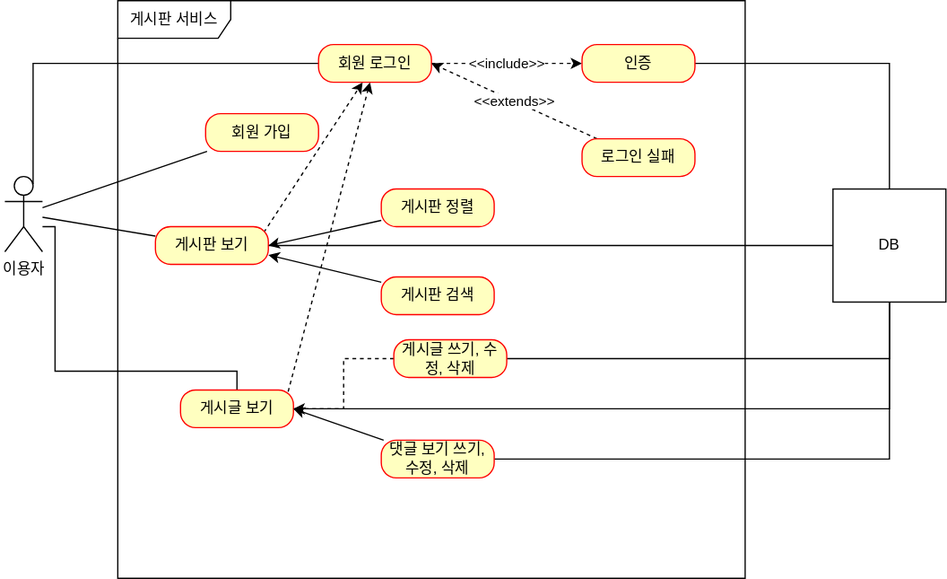
imsadboy2/fastcampus-project-board keeps this draw.io diagram as document/use-case.svg. Above is the earlier version. Source tidied: cells renumbered, new cells last; positions are measured from the earlier drawing's top-left corner, leaving out a move shared by most shapes.
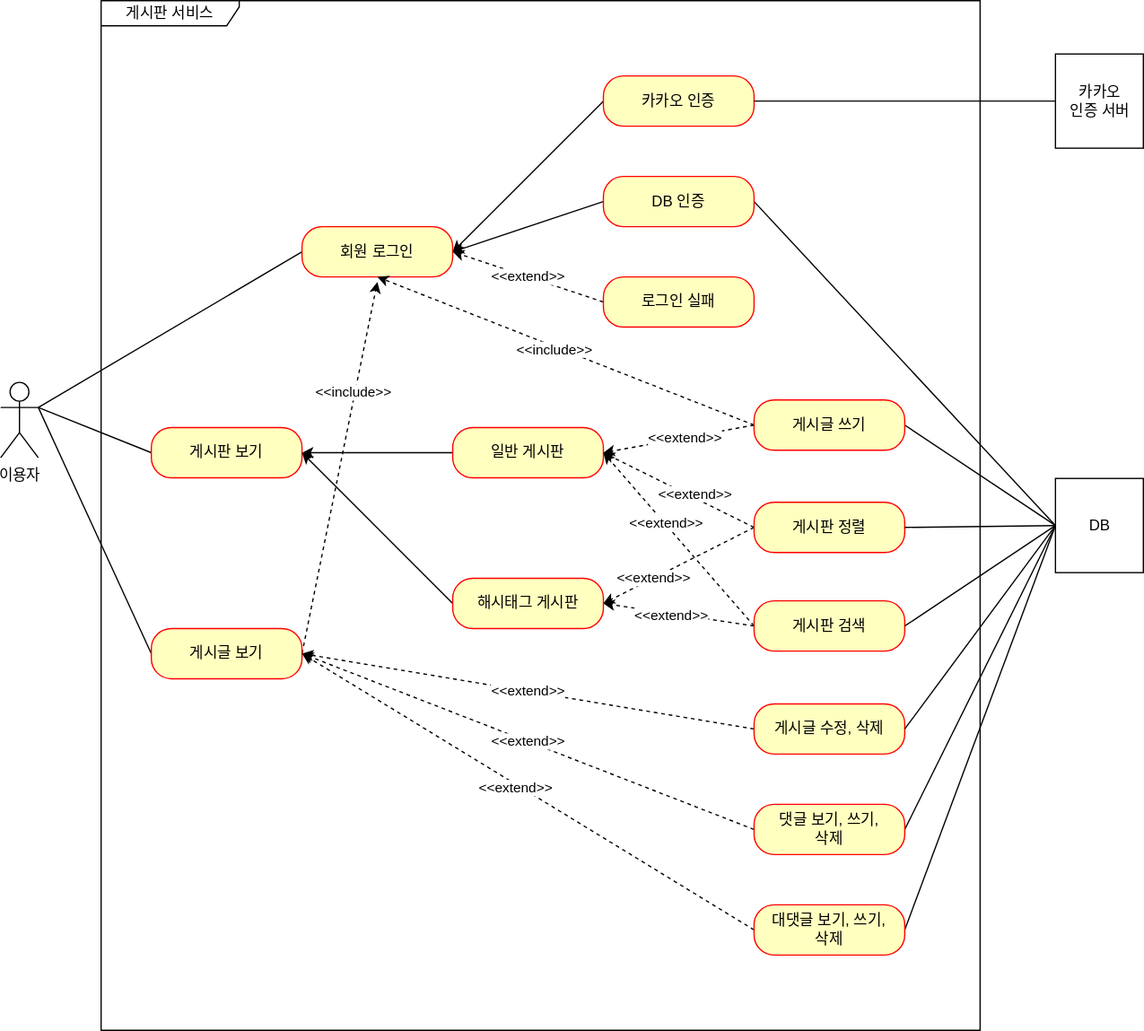
The same diagram one commit later.

Commit message:
#58 - use-case 카카오인증 유즈케이스 추가

Diff of the diagram source:
```diff
@@ -2,100 +2,177 @@
   <root>
     <mxCell id="0" />
     <mxCell id="1" parent="0" />
-    <mxCell id="2" style="rounded=0;jettySize=auto;html=1;endArrow=none;endFill=0;" parent="1" edge="1" source="4" target="6">
-      <mxGeometry relative="1" as="geometry" />
-    </mxCell>
-    <mxCell id="3" style="rounded=0;jettySize=auto;html=1;endArrow=none;endFill=0;startArrow=none;startFill=0;" parent="1" edge="1" source="4" target="9">
-      <mxGeometry relative="1" as="geometry" />
-    </mxCell>
     <mxCell id="4" value="이용자" style="shape=umlActor;verticalLabelPosition=bottom;verticalAlign=top;html=1;" parent="1" vertex="1">
-      <mxGeometry y="140" width="30" height="60" as="geometry" />
+      <mxGeometry x="830" y="374" width="30" height="60" as="geometry" />
     </mxCell>
-    <mxCell id="5" value="게시판 서비스&lt;br&gt;" style="shape=umlFrame;whiteSpace=wrap;html=1;width=90;height=30;" parent="1" vertex="1">
-      <mxGeometry x="90" width="500" height="460" as="geometry" />
+    <mxCell id="5" value="게시판 서비스" style="shape=umlFrame;whiteSpace=wrap;html=1;width=110;height=20;" parent="1" vertex="1">
+      <mxGeometry x="910" y="70" width="700" height="820" as="geometry" />
     </mxCell>
-    <mxCell id="6" value="회원 가입" style="rounded=1;whiteSpace=wrap;html=1;arcSize=40;fontColor=#000000;fillColor=#ffffc0;strokeColor=#ff0000;" parent="1" vertex="1">
-      <mxGeometry x="160" y="90" width="90" height="30" as="geometry" />
-    </mxCell>
-    <mxCell id="7" style="rounded=0;jettySize=auto;html=1;exitX=0.96;exitY=0.15;exitDx=0;exitDy=0;exitPerimeter=0;dashed=1;" parent="1" edge="1" source="9" target="16">
-      <mxGeometry relative="1" as="geometry" />
-    </mxCell>
-    <mxCell id="8" style="edgeStyle=orthogonalEdgeStyle;rounded=0;jettySize=auto;html=1;endArrow=none;endFill=0;" parent="1" edge="1" source="9" target="31">
-      <mxGeometry relative="1" as="geometry" />
-    </mxCell>
+    <mxCell id="32" style="rounded=0;jettySize=auto;html=1;exitX=0;exitY=0.5;exitDx=0;exitDy=0;entryX=1;entryY=0.5;entryDx=0;entryDy=0;" parent="1" edge="1" source="33" target="9">
+      <mxGeometry relative="1" as="geometry" />
+    </mxCell>
+    <mxCell id="33" value="일반 게시판" style="rounded=1;whiteSpace=wrap;html=1;arcSize=40;fontColor=#000000;fillColor=#ffffc0;strokeColor=#ff0000;" parent="1" vertex="1">
+      <mxGeometry x="1190" y="410" width="120" height="40" as="geometry" />
+    </mxCell>
+    <mxCell id="34" style="edgeStyle=none;rounded=0;jettySize=auto;html=1;exitX=0;exitY=0.5;exitDx=0;exitDy=0;entryX=1;entryY=0.3333333333333333;entryDx=0;entryDy=0;entryPerimeter=0;endArrow=none;endFill=0;" parent="1" edge="1" source="9" target="4">
+      <mxGeometry relative="1" as="geometry" />
+    </mxCell>
     <mxCell id="9" value="게시판 보기" style="rounded=1;whiteSpace=wrap;html=1;arcSize=40;fontColor=#000000;fillColor=#ffffc0;strokeColor=#ff0000;" parent="1" vertex="1">
-      <mxGeometry x="120" y="180" width="90" height="30" as="geometry" />
+      <mxGeometry x="950" y="410" width="120" height="40" as="geometry" />
     </mxCell>
-    <mxCell id="10" style="edgeStyle=orthogonalEdgeStyle;rounded=0;jettySize=auto;html=1;endArrow=none;endFill=0;" parent="1" edge="1" source="13" target="4">
-      <mxGeometry relative="1" as="geometry">
-        <Array as="points">
-          <mxPoint x="40" y="295" />
-          <mxPoint x="40" y="180" />
-        </Array>
-      </mxGeometry>
-    </mxCell>
-    <mxCell id="11" style="rounded=0;jettySize=auto;html=1;exitX=0.953;exitY=0.046;exitDx=0;exitDy=0;exitPerimeter=0;dashed=1;" parent="1" edge="1" source="13" target="16">
-      <mxGeometry relative="1" as="geometry" />
-    </mxCell>
-    <mxCell id="12" style="edgeStyle=orthogonalEdgeStyle;rounded=0;jettySize=auto;html=1;entryX=0.5;entryY=1;entryDx=0;entryDy=0;endArrow=none;endFill=0;" parent="1" edge="1" source="13" target="31">
-      <mxGeometry relative="1" as="geometry" />
-    </mxCell>
+    <mxCell id="35" style="edgeStyle=none;rounded=0;jettySize=auto;html=1;exitX=0;exitY=0.5;exitDx=0;exitDy=0;endArrow=none;endFill=0;" parent="1" edge="1" source="13">
+      <mxGeometry relative="1" as="geometry">
+        <mxPoint x="860" y="394" as="targetPoint" />
+      </mxGeometry>
+    </mxCell>
+    <mxCell id="36" style="edgeStyle=none;rounded=0;jettySize=auto;html=1;exitX=1;exitY=0.5;exitDx=0;exitDy=0;dashed=1;endArrow=classic;endFill=1;" parent="1" edge="1" source="13">
+      <mxGeometry relative="1" as="geometry">
+        <mxPoint x="1130" y="294" as="targetPoint" />
+      </mxGeometry>
+    </mxCell>
+    <mxCell id="37" value="&amp;lt;&amp;lt;include&amp;gt;&amp;gt;" style="edgeLabel;html=1;align=center;verticalAlign=middle;" parent="36" vertex="1">
+      <mxGeometry x="0.41" y="2" relative="1" as="geometry" />
+    </mxCell>
     <mxCell id="13" value="게시글 보기" style="rounded=1;whiteSpace=wrap;html=1;arcSize=40;fontColor=#000000;fillColor=#ffffc0;strokeColor=#ff0000;" parent="1" vertex="1">
-      <mxGeometry x="140" y="310" width="90" height="30" as="geometry" />
+      <mxGeometry x="950" y="570" width="120" height="40" as="geometry" />
     </mxCell>
-    <mxCell id="14" style="edgeStyle=orthogonalEdgeStyle;rounded=0;jettySize=auto;html=1;entryX=0.75;entryY=0.1;entryDx=0;entryDy=0;entryPerimeter=0;endArrow=none;endFill=0;" parent="1" edge="1" source="16" target="4">
-      <mxGeometry relative="1" as="geometry" />
-    </mxCell>
-    <mxCell id="15" value="&amp;lt;&amp;lt;include&amp;gt;&amp;gt;" style="edgeStyle=orthogonalEdgeStyle;rounded=0;jettySize=auto;html=1;dashed=1;" parent="1" edge="1" source="16" target="18">
-      <mxGeometry relative="1" as="geometry" />
-    </mxCell>
+    <mxCell id="38" style="edgeStyle=none;rounded=0;jettySize=auto;html=1;exitX=0;exitY=0.5;exitDx=0;exitDy=0;endArrow=none;endFill=0;" parent="1" edge="1" source="16">
+      <mxGeometry relative="1" as="geometry">
+        <mxPoint x="860" y="394" as="targetPoint" />
+      </mxGeometry>
+    </mxCell>
     <mxCell id="16" value="회원 로그인" style="rounded=1;whiteSpace=wrap;html=1;arcSize=40;fontColor=#000000;fillColor=#ffffc0;strokeColor=#ff0000;" parent="1" vertex="1">
-      <mxGeometry x="250" y="35" width="90" height="30" as="geometry" />
+      <mxGeometry x="1070" y="250" width="120" height="40" as="geometry" />
     </mxCell>
-    <mxCell id="17" style="edgeStyle=orthogonalEdgeStyle;rounded=0;jettySize=auto;html=1;endArrow=none;endFill=0;" parent="1" edge="1" source="18" target="31">
-      <mxGeometry relative="1" as="geometry" />
-    </mxCell>
-    <mxCell id="18" value="인증" style="rounded=1;whiteSpace=wrap;html=1;arcSize=40;fontColor=#000000;fillColor=#ffffc0;strokeColor=#ff0000;" parent="1" vertex="1">
-      <mxGeometry x="460" y="35" width="90" height="30" as="geometry" />
-    </mxCell>
+    <mxCell id="39" style="edgeStyle=none;rounded=0;jettySize=auto;html=1;exitX=1;exitY=0.5;exitDx=0;exitDy=0;entryX=0;entryY=0.5;entryDx=0;entryDy=0;endArrow=none;endFill=0;" parent="1" edge="1" source="41" target="31">
+      <mxGeometry relative="1" as="geometry" />
+    </mxCell>
+    <mxCell id="40" style="edgeStyle=none;rounded=0;jettySize=auto;html=1;exitX=0;exitY=0.5;exitDx=0;exitDy=0;entryX=1;entryY=0.5;entryDx=0;entryDy=0;endArrow=classic;endFill=1;" parent="1" edge="1" source="41" target="16">
+      <mxGeometry relative="1" as="geometry" />
+    </mxCell>
+    <mxCell id="41" value="DB 인증" style="rounded=1;whiteSpace=wrap;html=1;arcSize=40;fontColor=#000000;fillColor=#ffffc0;strokeColor=#ff0000;" parent="1" vertex="1">
+      <mxGeometry x="1310" y="210" width="120" height="40" as="geometry" />
+    </mxCell>
-    <mxCell id="19" value="&amp;lt;&amp;lt;extends&amp;gt;&amp;gt;" style="rounded=0;jettySize=auto;html=1;entryX=1;entryY=0.5;entryDx=0;entryDy=0;dashed=1;" parent="1" edge="1" source="20" target="16">
+    <mxCell id="19" value="&amp;lt;&amp;lt;extend&amp;gt;&amp;gt;" style="edgeStyle=none;rounded=0;jettySize=auto;html=1;exitX=0;exitY=0.5;exitDx=0;exitDy=0;entryX=1;entryY=0.5;entryDx=0;entryDy=0;endArrow=classic;endFill=1;dashed=1;" parent="1" edge="1" source="20" target="16">
       <mxGeometry relative="1" as="geometry" />
     </mxCell>
     <mxCell id="20" value="로그인 실패" style="rounded=1;whiteSpace=wrap;html=1;arcSize=40;fontColor=#000000;fillColor=#ffffc0;strokeColor=#ff0000;" parent="1" vertex="1">
-      <mxGeometry x="460" y="110" width="90" height="30" as="geometry" />
+      <mxGeometry x="1310" y="290" width="120" height="40" as="geometry" />
     </mxCell>
-    <mxCell id="21" style="rounded=0;jettySize=auto;html=1;entryX=1;entryY=0.5;entryDx=0;entryDy=0;" parent="1" edge="1" source="22" target="9">
-      <mxGeometry relative="1" as="geometry" />
-    </mxCell>
+    <mxCell id="42" style="edgeStyle=none;rounded=0;jettySize=auto;html=1;exitX=0;exitY=0.5;exitDx=0;exitDy=0;entryX=1;entryY=0.5;entryDx=0;entryDy=0;dashed=1;endArrow=classic;endFill=1;" parent="1" edge="1" source="22" target="33">
+      <mxGeometry relative="1" as="geometry" />
+    </mxCell>
+    <mxCell id="43" value="&amp;lt;&amp;lt;extend&amp;gt;&amp;gt;" style="edgeLabel;html=1;align=center;verticalAlign=middle;" parent="42" vertex="1">
+      <mxGeometry x="-0.18" y="-3" relative="1" as="geometry" />
+    </mxCell>
+    <mxCell id="44" style="edgeStyle=none;rounded=0;jettySize=auto;html=1;exitX=0;exitY=0.5;exitDx=0;exitDy=0;entryX=1;entryY=0.5;entryDx=0;entryDy=0;dashed=1;" parent="1" edge="1" source="22" target="61">
+      <mxGeometry relative="1" as="geometry" />
+    </mxCell>
+    <mxCell id="45" value="&amp;lt;&amp;lt;extend&amp;gt;&amp;gt;" style="edgeLabel;html=1;align=center;verticalAlign=middle;" parent="44" vertex="1">
+      <mxGeometry x="0.33" relative="1" as="geometry">
+        <mxPoint x="-1" as="offset" />
+      </mxGeometry>
+    </mxCell>
     <mxCell id="22" value="게시판 정렬" style="rounded=1;whiteSpace=wrap;html=1;arcSize=40;fontColor=#000000;fillColor=#ffffc0;strokeColor=#ff0000;" parent="1" vertex="1">
-      <mxGeometry x="300" y="150" width="90" height="30" as="geometry" />
+      <mxGeometry x="1430" y="469.5" width="120" height="40" as="geometry" />
     </mxCell>
-    <mxCell id="23" style="rounded=0;jettySize=auto;html=1;entryX=1;entryY=0.75;entryDx=0;entryDy=0;" parent="1" edge="1" source="24" target="9">
-      <mxGeometry relative="1" as="geometry" />
-    </mxCell>
+    <mxCell id="46" style="edgeStyle=none;rounded=0;jettySize=auto;html=1;exitX=0;exitY=0.5;exitDx=0;exitDy=0;dashed=1;endArrow=classic;endFill=1;entryX=1;entryY=0.5;entryDx=0;entryDy=0;" parent="1" edge="1" source="24" target="33">
+      <mxGeometry relative="1" as="geometry" />
+    </mxCell>
+    <mxCell id="47" value="&amp;lt;&amp;lt;extend&amp;gt;&amp;gt;" style="edgeLabel;html=1;align=center;verticalAlign=middle;" parent="46" vertex="1">
+      <mxGeometry x="0.18" y="-1" relative="1" as="geometry" />
+    </mxCell>
+    <mxCell id="48" style="edgeStyle=none;rounded=0;jettySize=auto;html=1;exitX=0;exitY=0.5;exitDx=0;exitDy=0;entryX=1;entryY=0.5;entryDx=0;entryDy=0;dashed=1;" parent="1" edge="1" source="24" target="61">
+      <mxGeometry relative="1" as="geometry" />
+    </mxCell>
+    <mxCell id="49" value="&amp;lt;&amp;lt;extend&amp;gt;&amp;gt;" style="edgeLabel;html=1;align=center;verticalAlign=middle;" parent="48" vertex="1">
+      <mxGeometry x="0.11" y="2" relative="1" as="geometry">
+        <mxPoint x="1" as="offset" />
+      </mxGeometry>
+    </mxCell>
     <mxCell id="24" value="게시판 검색" style="rounded=1;whiteSpace=wrap;html=1;arcSize=40;fontColor=#000000;fillColor=#ffffc0;strokeColor=#ff0000;" parent="1" vertex="1">
-      <mxGeometry x="300" y="220" width="90" height="30" as="geometry" />
+      <mxGeometry x="1430" y="548" width="120" height="40" as="geometry" />
     </mxCell>
-    <mxCell id="25" style="edgeStyle=orthogonalEdgeStyle;rounded=0;jettySize=auto;html=1;entryX=1;entryY=0.5;entryDx=0;entryDy=0;dashed=1;" parent="1" edge="1" source="27" target="13">
-      <mxGeometry relative="1" as="geometry" />
-    </mxCell>
-    <mxCell id="26" style="edgeStyle=orthogonalEdgeStyle;rounded=0;jettySize=auto;html=1;entryX=0.5;entryY=1;entryDx=0;entryDy=0;endArrow=none;endFill=0;" parent="1" edge="1" source="27" target="31">
-      <mxGeometry relative="1" as="geometry" />
-    </mxCell>
-    <mxCell id="27" value="게시글 쓰기, 수정, 삭제" style="rounded=1;whiteSpace=wrap;html=1;arcSize=40;fontColor=#000000;fillColor=#ffffc0;strokeColor=#ff0000;" parent="1" vertex="1">
-      <mxGeometry x="310" y="270" width="90" height="30" as="geometry" />
-    </mxCell>
-    <mxCell id="28" style="rounded=0;jettySize=auto;html=1;entryX=1;entryY=0.5;entryDx=0;entryDy=0;" parent="1" edge="1" source="30" target="13">
-      <mxGeometry relative="1" as="geometry" />
-    </mxCell>
-    <mxCell id="29" style="edgeStyle=orthogonalEdgeStyle;rounded=0;jettySize=auto;html=1;entryX=0.5;entryY=1;entryDx=0;entryDy=0;endArrow=none;endFill=0;" parent="1" edge="1" source="30" target="31">
-      <mxGeometry relative="1" as="geometry" />
-    </mxCell>
-    <mxCell id="30" value="댓글 보기 쓰기, 수정, 삭제" style="rounded=1;whiteSpace=wrap;html=1;arcSize=40;fontColor=#000000;fillColor=#ffffc0;strokeColor=#ff0000;" parent="1" vertex="1">
-      <mxGeometry x="300" y="350" width="90" height="30" as="geometry" />
-    </mxCell>
+    <mxCell id="50" value="&amp;lt;&amp;lt;extend&amp;gt;&amp;gt;" style="edgeStyle=none;rounded=0;jettySize=auto;html=1;exitX=0;exitY=0.5;exitDx=0;exitDy=0;entryX=1;entryY=0.5;entryDx=0;entryDy=0;dashed=1;endArrow=classic;endFill=1;" parent="1" edge="1" source="51" target="13">
+      <mxGeometry relative="1" as="geometry" />
+    </mxCell>
+    <mxCell id="51" value="게시글 수정, 삭제" style="rounded=1;whiteSpace=wrap;html=1;arcSize=40;fontColor=#000000;fillColor=#ffffc0;strokeColor=#ff0000;" parent="1" vertex="1">
+      <mxGeometry x="1430" y="630" width="120" height="40" as="geometry" />
+    </mxCell>
+    <mxCell id="52" style="edgeStyle=none;rounded=0;jettySize=auto;html=1;exitX=0;exitY=0.5;exitDx=0;exitDy=0;dashed=1;endArrow=classic;endFill=1;entryX=1;entryY=0.5;entryDx=0;entryDy=0;" parent="1" edge="1" source="55" target="13">
+      <mxGeometry relative="1" as="geometry" />
+    </mxCell>
+    <mxCell id="53" value="&amp;lt;&amp;lt;extend&amp;gt;&amp;gt;" style="edgeLabel;html=1;align=center;verticalAlign=middle;" parent="52" vertex="1">
+      <mxGeometry x="0.01" relative="1" as="geometry" />
+    </mxCell>
+    <mxCell id="54" style="edgeStyle=none;rounded=0;jettySize=auto;html=1;exitX=1;exitY=0.5;exitDx=0;exitDy=0;endArrow=none;endFill=0;entryX=0;entryY=0.5;entryDx=0;entryDy=0;" parent="1" edge="1" source="55" target="31">
+      <mxGeometry relative="1" as="geometry" />
+    </mxCell>
+    <mxCell id="55" value="댓글 보기, 쓰기,&lt;br&gt;삭제" style="rounded=1;whiteSpace=wrap;html=1;arcSize=40;fontColor=#000000;fillColor=#ffffc0;strokeColor=#ff0000;" parent="1" vertex="1">
+      <mxGeometry x="1430" y="710" width="120" height="40" as="geometry" />
+    </mxCell>
+    <mxCell id="56" style="edgeStyle=none;rounded=0;jettySize=auto;html=1;exitX=0;exitY=0.5;exitDx=0;exitDy=0;entryX=1;entryY=0.5;entryDx=0;entryDy=0;endArrow=none;endFill=0;" parent="1" edge="1" source="31" target="51">
+      <mxGeometry relative="1" as="geometry" />
+    </mxCell>
+    <mxCell id="57" style="edgeStyle=none;rounded=0;jettySize=auto;html=1;exitX=0;exitY=0.5;exitDx=0;exitDy=0;entryX=1;entryY=0.5;entryDx=0;entryDy=0;endArrow=none;endFill=0;" parent="1" edge="1" source="31" target="24">
+      <mxGeometry relative="1" as="geometry" />
+    </mxCell>
+    <mxCell id="58" style="edgeStyle=none;rounded=0;jettySize=auto;html=1;exitX=0;exitY=0.5;exitDx=0;exitDy=0;entryX=1;entryY=0.5;entryDx=0;entryDy=0;endArrow=none;endFill=0;" parent="1" edge="1" source="31" target="22">
+      <mxGeometry relative="1" as="geometry" />
+    </mxCell>
+    <mxCell id="59" style="edgeStyle=none;rounded=0;jettySize=auto;html=1;exitX=0;exitY=0.5;exitDx=0;exitDy=0;entryX=1;entryY=0.5;entryDx=0;entryDy=0;endArrow=none;endFill=0;" parent="1" edge="1" source="31" target="67">
+      <mxGeometry relative="1" as="geometry" />
+    </mxCell>
-    <mxCell id="31" value="DB" style="html=1;whiteSpace=wrap;" parent="1" vertex="1">
-      <mxGeometry x="660" y="150" width="90" height="90" as="geometry" />
+    <mxCell id="31" value="DB" style="html=1;" parent="1" vertex="1">
+      <mxGeometry x="1670" y="450.5" width="70" height="75" as="geometry" />
     </mxCell>
+    <mxCell id="60" style="jettySize=auto;html=1;exitX=0;exitY=0.5;exitDx=0;exitDy=0;entryX=1;entryY=0.5;entryDx=0;entryDy=0;rounded=0;" parent="1" edge="1" source="61" target="9">
+      <mxGeometry relative="1" as="geometry" />
+    </mxCell>
+    <mxCell id="61" value="해시태그 게시판" style="rounded=1;whiteSpace=wrap;html=1;arcSize=40;fontColor=#000000;fillColor=#ffffc0;strokeColor=#ff0000;" parent="1" vertex="1">
+      <mxGeometry x="1190" y="530" width="120" height="40" as="geometry" />
+    </mxCell>
+    <mxCell id="62" style="edgeStyle=none;rounded=0;orthogonalLoop=1;jettySize=auto;html=1;exitX=0;exitY=0.5;exitDx=0;exitDy=0;" parent="1" edge="1" source="24" target="24">
+      <mxGeometry relative="1" as="geometry" />
+    </mxCell>
+    <mxCell id="63" style="edgeStyle=none;rounded=0;jettySize=auto;html=1;exitX=0;exitY=0.5;exitDx=0;exitDy=0;entryX=1;entryY=0.5;entryDx=0;entryDy=0;dashed=1;" parent="1" edge="1" source="67" target="33">
+      <mxGeometry relative="1" as="geometry" />
+    </mxCell>
+    <mxCell id="64" value="&amp;lt;&amp;lt;extend&amp;gt;&amp;gt;" style="edgeLabel;html=1;align=center;verticalAlign=middle;" parent="63" vertex="1">
+      <mxGeometry x="-0.09" y="-1" relative="1" as="geometry" />
+    </mxCell>
+    <mxCell id="65" style="edgeStyle=none;rounded=0;jettySize=auto;html=1;exitX=0;exitY=0.5;exitDx=0;exitDy=0;entryX=0.5;entryY=1;entryDx=0;entryDy=0;endArrow=classic;endFill=1;dashed=1;" parent="1" edge="1" source="67" target="16">
+      <mxGeometry relative="1" as="geometry" />
+    </mxCell>
+    <mxCell id="66" value="&amp;lt;&amp;lt;include&amp;gt;&amp;gt;" style="edgeLabel;html=1;align=center;verticalAlign=middle;" parent="65" vertex="1">
+      <mxGeometry x="0.06" y="2" relative="1" as="geometry" />
+    </mxCell>
+    <mxCell id="67" value="게시글 쓰기" style="rounded=1;whiteSpace=wrap;html=1;arcSize=40;fontColor=#000000;fillColor=#ffffc0;strokeColor=#ff0000;" parent="1" vertex="1">
+      <mxGeometry x="1430" y="388" width="120" height="40" as="geometry" />
+    </mxCell>
+    <mxCell id="68" style="edgeStyle=none;rounded=0;jettySize=auto;html=1;exitX=0;exitY=0.5;exitDx=0;exitDy=0;entryX=1;entryY=0.5;entryDx=0;entryDy=0;endArrow=classic;endFill=1;dashed=1;" parent="1" edge="1" source="71" target="13">
+      <mxGeometry relative="1" as="geometry" />
+    </mxCell>
+    <mxCell id="69" value="&amp;lt;&amp;lt;extend&amp;gt;&amp;gt;" style="edgeLabel;html=1;align=center;verticalAlign=middle;" parent="68" vertex="1">
+      <mxGeometry x="0.05" y="3" relative="1" as="geometry" />
+    </mxCell>
+    <mxCell id="70" style="edgeStyle=none;rounded=0;jettySize=auto;html=1;exitX=1;exitY=0.5;exitDx=0;exitDy=0;entryX=0;entryY=0.5;entryDx=0;entryDy=0;endArrow=none;endFill=0;" parent="1" edge="1" source="71" target="31">
+      <mxGeometry relative="1" as="geometry" />
+    </mxCell>
+    <mxCell id="71" value="대댓글 보기, 쓰기,&lt;br&gt;삭제" style="rounded=1;whiteSpace=wrap;html=1;arcSize=40;fontColor=#000000;fillColor=#ffffc0;strokeColor=#ff0000;" parent="1" vertex="1">
+      <mxGeometry x="1430" y="790" width="120" height="40" as="geometry" />
+    </mxCell>
+    <mxCell id="72" style="rounded=0;jettySize=auto;html=1;exitX=0;exitY=0.5;exitDx=0;exitDy=0;entryX=1;entryY=0.5;entryDx=0;entryDy=0;endArrow=classic;endFill=1;" parent="1" edge="1" source="73" target="16">
+      <mxGeometry relative="1" as="geometry" />
+    </mxCell>
+    <mxCell id="73" value="카카오 인증" style="rounded=1;whiteSpace=wrap;html=1;arcSize=40;fontColor=#000000;fillColor=#ffffc0;strokeColor=#ff0000;" parent="1" vertex="1">
+      <mxGeometry x="1310" y="130" width="120" height="40" as="geometry" />
+    </mxCell>
+    <mxCell id="74" style="edgeStyle=orthogonalEdgeStyle;rounded=0;jettySize=auto;html=1;exitX=0;exitY=0.5;exitDx=0;exitDy=0;entryX=1;entryY=0.5;entryDx=0;entryDy=0;endArrow=none;endFill=0;" parent="1" edge="1" source="75" target="73">
+      <mxGeometry relative="1" as="geometry" />
+    </mxCell>
+    <mxCell id="75" value="카카오&lt;br&gt;인증 서버" style="html=1;" parent="1" vertex="1">
+      <mxGeometry x="1670" y="112.5" width="70" height="75" as="geometry" />
+    </mxCell>
   </root>
 </mxGraphModel>
```
